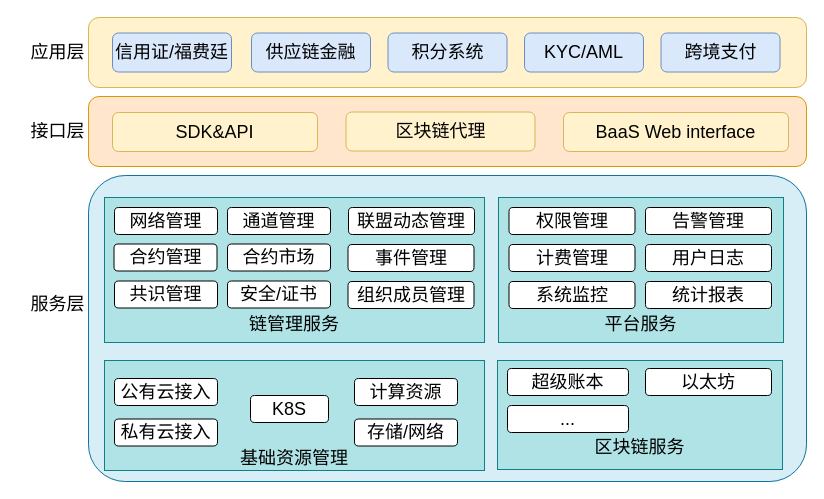
dilide/collections keeps this draw.io diagram as repository/drawio/postb/业务功能架构图1.drawio. Above is the earlier version. Source tidied: cells renumbered, new cells numbered last; positions are measured from the earlier drawing's top-left corner, leaving out a move shared by most shapes. Both pictures are drawn from the tidied source at 100%, with x=0, y=0 at pixel (17, 17).
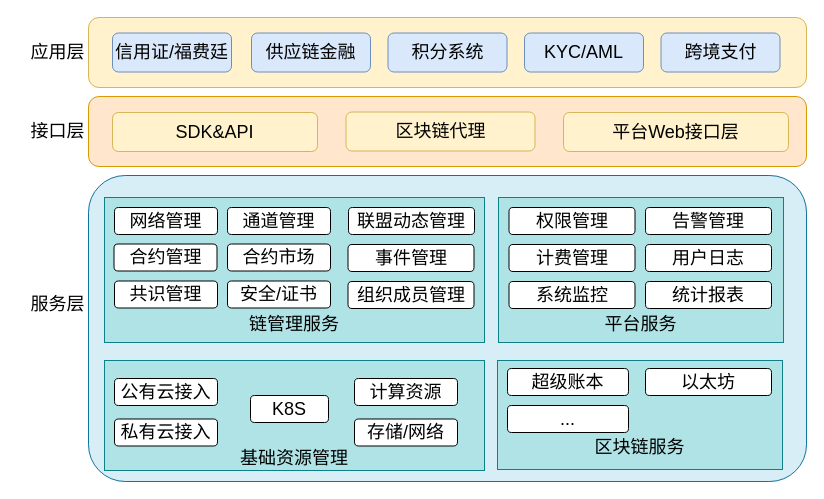
After the change.

Commit message:
更新业务功能架构图1.drawio

The edit, as a diff of the source:
```diff
@@
-    <mxCell id="8" value="BaaS Web interface" style="rounded=1;whiteSpace=wrap;html=1;fontSize=18;fillColor=#fff2cc;strokeColor=#d6b656;" parent="1" vertex="1">
+    <mxCell id="8" value="平台Web接口层" style="rounded=1;whiteSpace=wrap;html=1;fontSize=18;fillColor=#fff2cc;strokeColor=#d6b656;" parent="1" vertex="1">
       <mxGeometry x="546" y="95" width="225" height="39" as="geometry" />
     </mxCell>
```
